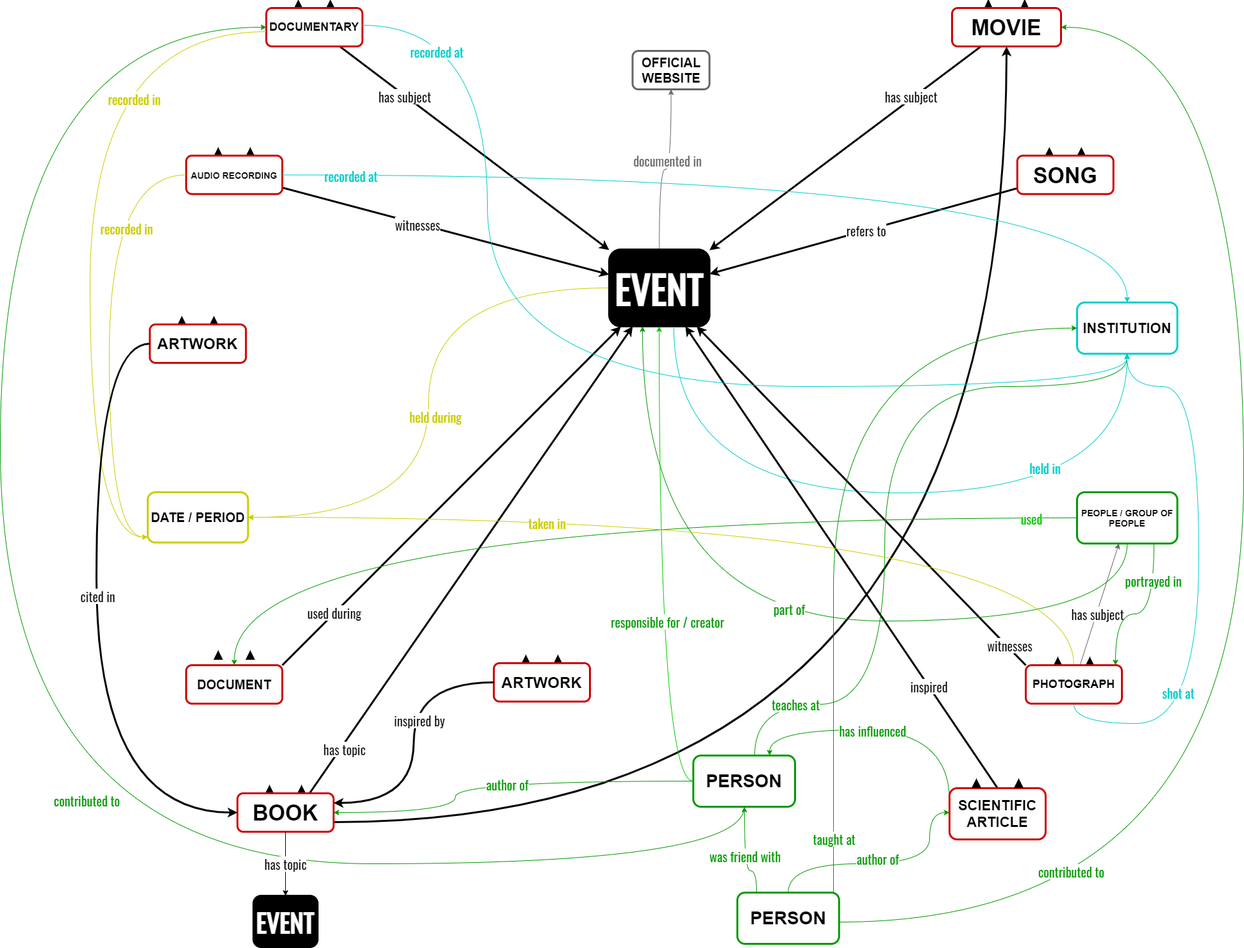
This is assets/img/lucifer/SPE_Enhanced_ER_Model.png from lauratravaglini/spelod.github.io, a draw.io export, as it was before one commit. Source tidied: cells renumbered, new cells last; positions are measured from the earlier drawing's top-left corner, leaving out a move shared by most shapes.
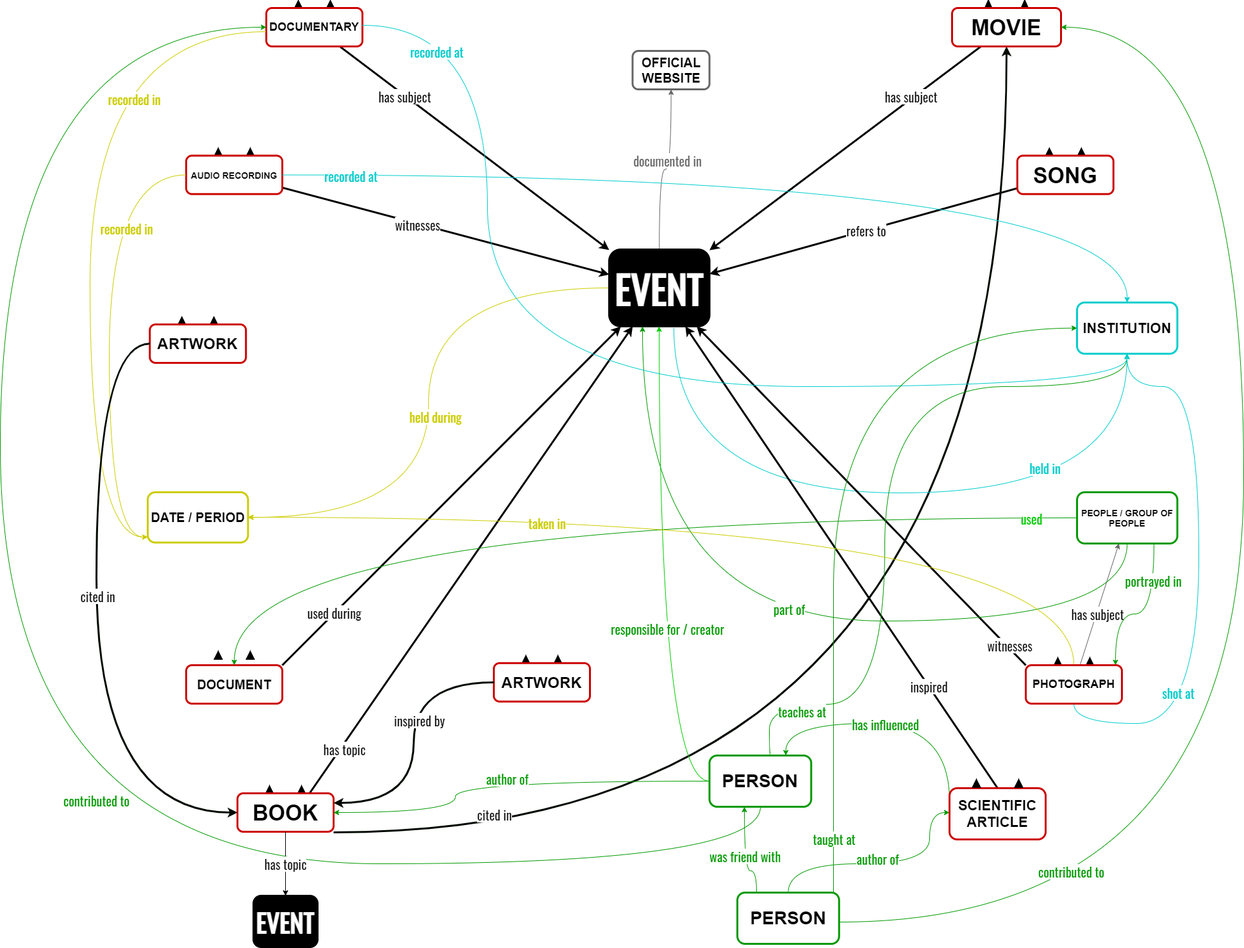
The same diagram one commit later.

The edit, as a diff of the source:
```diff
@@ -2,9 +2,16 @@
   <root>
     <mxCell id="0" />
     <mxCell id="1" parent="0" />
-    <mxCell id="2" style="edgeStyle=orthogonalEdgeStyle;curved=1;rounded=0;jettySize=auto;html=1;fontSize=20;fontColor=#000000;strokeColor=#000800;strokeWidth=3;exitX=1;exitY=0.75;exitDx=0;exitDy=0;" parent="1" edge="1" source="49" target="40">
-      <mxGeometry relative="1" as="geometry" />
+    <mxCell id="2" style="edgeStyle=orthogonalEdgeStyle;curved=1;rounded=0;jettySize=auto;html=1;fontSize=20;fontColor=#000000;strokeColor=#000800;strokeWidth=3;" parent="1" edge="1" target="40">
+      <mxGeometry relative="1" as="geometry">
+        <mxPoint x="520" y="1297" as="sourcePoint" />
+      </mxGeometry>
     </mxCell>
+    <mxCell id="118" value="cited in" style="edgeLabel;html=1;align=center;verticalAlign=middle;fontSize=20;fontColor=#000000;fontFamily=Oswald;" parent="2" vertex="1">
+      <mxGeometry x="-0.88" y="4" relative="1" as="geometry">
+        <mxPoint x="114" y="-25" as="offset" />
+      </mxGeometry>
+    </mxCell>
     <mxCell id="3" style="edgeStyle=orthogonalEdgeStyle;curved=1;rounded=0;jettySize=auto;html=1;fontSize=16;fontColor=#00CCcc;strokeColor=#00CCcc;strokeWidth=1;exitX=0.645;exitY=1.017;exitDx=0;exitDy=0;exitPerimeter=0;" parent="1" edge="1" source="9" target="71">
       <mxGeometry relative="1" as="geometry">
         <Array as="points">
@@ -228,7 +235,8 @@
     <mxCell id="61" style="edgeStyle=orthogonalEdgeStyle;curved=1;rounded=0;jettySize=auto;html=1;fontSize=24;fontColor=#00CC00;strokeWidth=1;strokeColor=#009900;exitX=0.603;exitY=0;exitDx=0;exitDy=0;exitPerimeter=0;" parent="1" edge="1" source="69" target="71">
       <mxGeometry relative="1" as="geometry">
         <Array as="points">
-          <mxPoint x="1177" y="1097" />
+          <mxPoint x="1200" y="1177" />
+          <mxPoint x="1200" y="1097" />
           <mxPoint x="1380" y="1097" />
           <mxPoint x="1380" y="601" />
           <mxPoint x="1758" y="601" />
@@ -237,7 +245,7 @@
     </mxCell>
     <mxCell id="62" value="teaches at" style="edgeLabel;html=1;align=center;verticalAlign=middle;fontSize=20;fontFamily=Oswald;fontColor=#009900;" parent="61" vertex="1">
       <mxGeometry x="-0.81" y="28" relative="1" as="geometry">
-        <mxPoint x="29" y="27" as="offset" />
+        <mxPoint x="20" y="38" as="offset" />
       </mxGeometry>
     </mxCell>
     <mxCell id="63" style="edgeStyle=orthogonalEdgeStyle;curved=1;rounded=0;jettySize=auto;html=1;fontSize=16;fontColor=#00CCcc;strokeWidth=1;strokeColor=#009900;" parent="1" edge="1" source="84" target="69">
@@ -280,7 +288,7 @@
       </mxGeometry>
     </mxCell>
     <mxCell id="69" value="PERSON" style="rounded=1;whiteSpace=wrap;html=1;strokeWidth=3;fillColor=#FFFFFF;fontStyle=1;fontSize=28;strokeColor=#009900;" parent="1" vertex="1">
-      <mxGeometry x="1081.3" y="1177" width="158.8" height="80" as="geometry" />
+      <mxGeometry x="1106.5" y="1177" width="158.8" height="80" as="geometry" />
     </mxCell>
     <mxCell id="70" value="DATE / PERIOD" style="rounded=1;whiteSpace=wrap;html=1;strokeWidth=3;fillColor=#FFFFFF;strokeColor=#CCCC00;fontStyle=1;fontSize=20;" parent="1" vertex="1">
       <mxGeometry x="230" y="766" width="156.5" height="78.5" as="geometry" />
@@ -291,14 +299,14 @@
     <mxCell id="72" style="edgeStyle=orthogonalEdgeStyle;curved=1;rounded=0;jettySize=auto;html=1;fontSize=16;fontColor=#00CC00;strokeWidth=1;entryX=0.75;entryY=0;entryDx=0;entryDy=0;strokeColor=#009900;exitX=0;exitY=0.25;exitDx=0;exitDy=0;" parent="1" edge="1" source="96" target="69">
       <mxGeometry relative="1" as="geometry">
         <Array as="points">
-          <mxPoint x="1481" y="1137" />
-          <mxPoint x="1200" y="1137" />
+          <mxPoint x="1481" y="1127" />
+          <mxPoint x="1226" y="1127" />
         </Array>
       </mxGeometry>
     </mxCell>
     <mxCell id="73" value="has influenced" style="edgeLabel;html=1;align=center;verticalAlign=middle;fontSize=20;fontFamily=Oswald;fontColor=#009900;" parent="72" vertex="1">
       <mxGeometry x="-0.66" y="1" relative="1" as="geometry">
-        <mxPoint x="-120" y="-37" as="offset" />
+        <mxPoint x="-100" y="-47" as="offset" />
       </mxGeometry>
     </mxCell>
     <mxCell id="74" style="edgeStyle=orthogonalEdgeStyle;curved=1;rounded=0;jettySize=auto;html=1;fontSize=22;strokeWidth=1;fontColor=#00CCcc;strokeColor=#00CCcc;" parent="1" edge="1" source="36" target="71">
```
